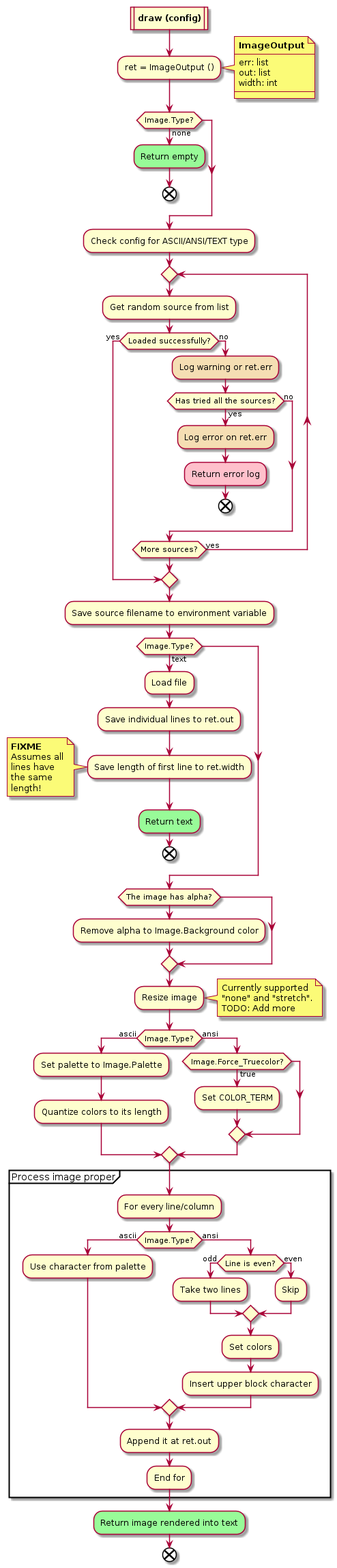
This is docs/image_py.png from brunofrra/wraith, a PlantUML export, as it was before one commit.
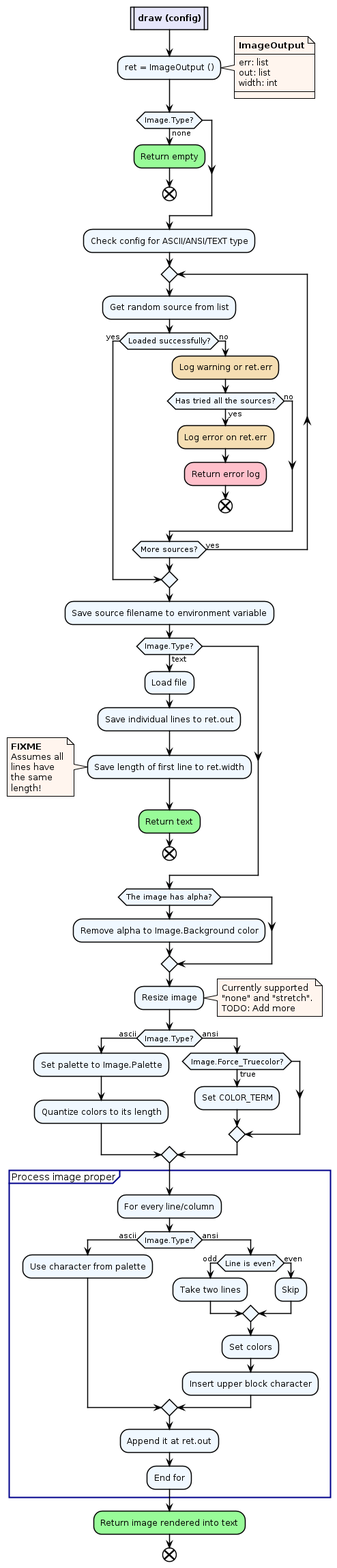
The same diagram one commit later.

Diff of the diagram source:
```diff
@@ -1,6 +1,17 @@
 @startuml
+skinparam {
+    shadowing false
+    ActivityBackgroundColor aliceblue
+    ActivityBorderColor black
+    ActivityDiamondBackgroundColor aliceblue
+    ActivityDiamondBorderColor black
+    ArrowColor black
+    PartitionBorderColor darkblue
+    NoteBackgroundColor seashell
+    NoteBorderColor black
+    }
 
-:**draw (config)**|
+#lavender:**draw (config)**|
 
 :ret = ImageOutput ();
 note right
```
